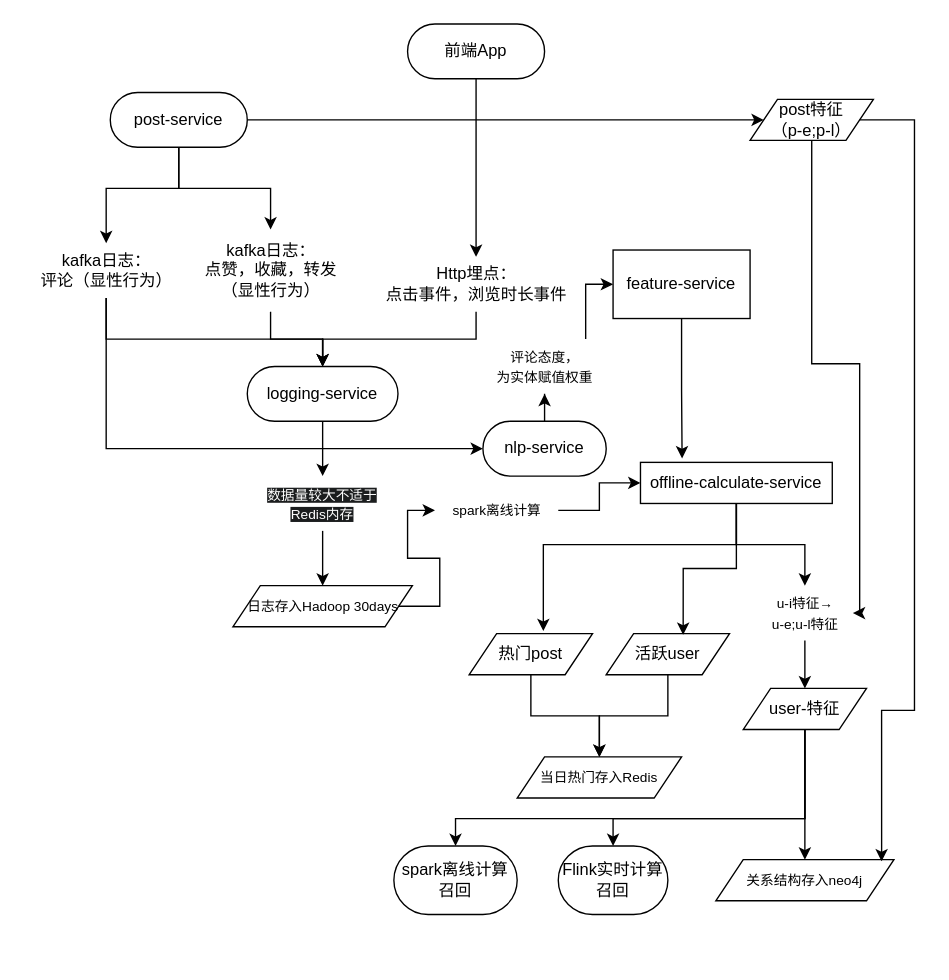
Before: spring-server/business/feature-service/docs/feature-service.drawio in nangong918/SmartMedicine-App, a draw.io diagram. Source tidied: cells renumbered, new cells numbered last; positions are measured from the earlier drawing's top-left corner, leaving out a move shared by most shapes. Both pictures are drawn from the tidied source at 137%, with x=0, y=0 at pixel (23, 23).
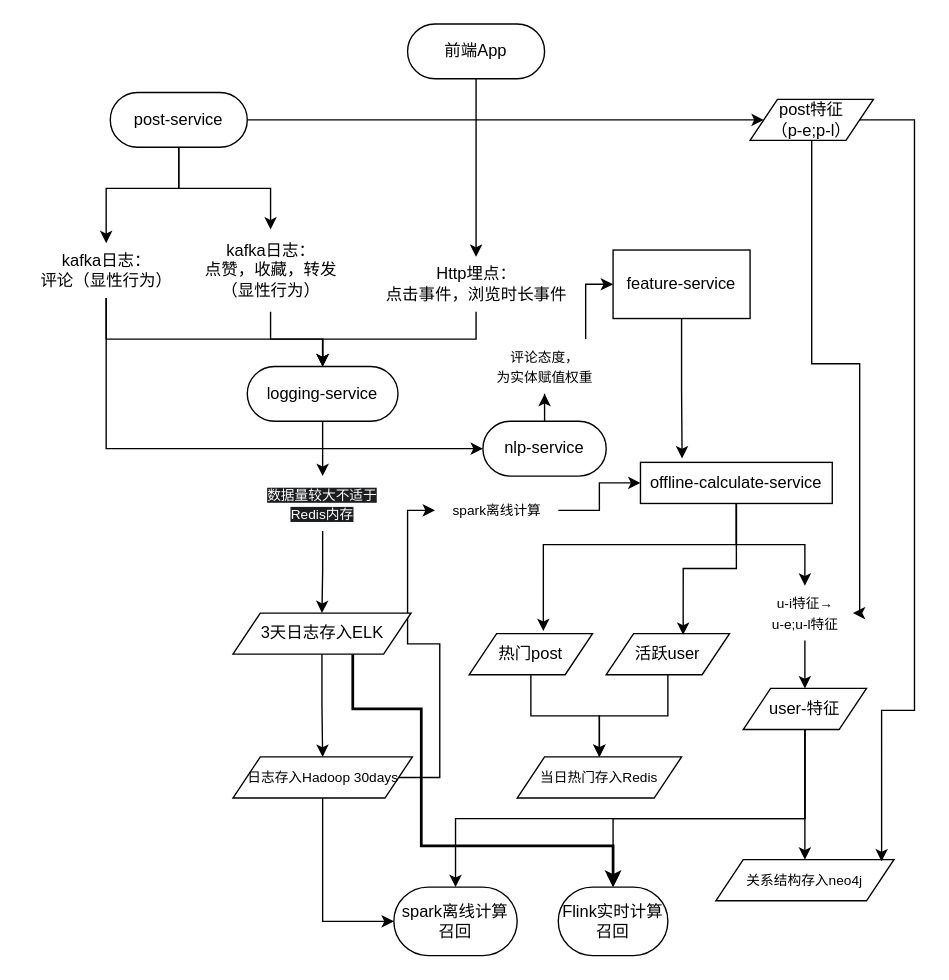
The same page after the edit.

Commit message (it also covers changes not shown here):
feat(feature-service): 更新特征服务架构图和测试点

- 更新特征服务架构图，添加日志存储相关组件和连接
- 在测试点文档中添加日志存储相关测试项

Unchanged cells that the change refers to:
```xml
<mxCell id="34" value="&lt;span style=&quot;color: rgb(255, 255, 255); font-family: Helvetica; font-size: 10px; font-style: normal; font-variant-ligatures: normal; font-variant-caps: normal; font-weight: 400; letter-spacing: normal; orphans: 2; text-indent: 0px; text-transform: none; widows: 2; word-spacing: 0px; -webkit-text-stroke-width: 0px; white-space: normal; background-color: rgb(27, 29, 30); text-decoration-thickness: initial; text-decoration-style: initial; text-decoration-color: initial; float: none; display: inline !important;&quot;&gt;数据量较大不适于&lt;br&gt;Redis内存&lt;/span&gt;" style="text;whiteSpace=wrap;html=1;align=center;" parent="1" vertex="1">
  <mxGeometry x="161" y="330" width="114" height="40" as="geometry" />
</mxCell>
```

Diff of the diagram source:
```diff
@@
+    <mxCell id="50" style="edgeStyle=orthogonalEdgeStyle;rounded=0;jettySize=auto;html=1;entryX=0;entryY=0.5;entryDx=0;entryDy=0;" parent="1" edge="1" source="10" target="48">
+      <mxGeometry relative="1" as="geometry" />
+    </mxCell>
     <mxCell id="10" value="&lt;font style=&quot;font-size: 10px;&quot;&gt;日志存入Hadoop 30days&lt;/font&gt;" style="shape=parallelogram;perimeter=parallelogramPerimeter;whiteSpace=wrap;html=1;fixedSize=1;" parent="1" vertex="1">
-      <mxGeometry x="152.5" y="410" width="131" height="30" as="geometry" />
+      <mxGeometry x="152.5" y="535" width="131" height="30" as="geometry" />
     </mxCell>
-    <mxCell id="11" style="edgeStyle=orthogonalEdgeStyle;rounded=0;jettySize=auto;html=1;" parent="1" edge="1" source="34" target="10">
+    <mxCell id="11" style="edgeStyle=orthogonalEdgeStyle;rounded=0;jettySize=auto;html=1;" parent="1" edge="1" source="53" target="10">
       <mxGeometry relative="1" as="geometry" />
     </mxCell>
@@
     <mxCell id="48" value="spark离线计算召回" style="rounded=1;whiteSpace=wrap;html=1;arcSize=50;" parent="1" vertex="1">
-      <mxGeometry x="270" y="600" width="90" height="50" as="geometry" />
+      <mxGeometry x="270" y="630" width="90" height="50" as="geometry" />
     </mxCell>
     <mxCell id="49" value="Flink实时计算召回" style="rounded=1;whiteSpace=wrap;html=1;arcSize=50;" parent="1" vertex="1">
-      <mxGeometry x="390" y="600" width="80" height="50" as="geometry" />
+      <mxGeometry x="390" y="630" width="80" height="50" as="geometry" />
     </mxCell>
+    <mxCell id="51" style="edgeStyle=orthogonalEdgeStyle;rounded=0;jettySize=auto;html=1;" parent="1" edge="1" source="34" target="53">
+      <mxGeometry relative="1" as="geometry" />
+    </mxCell>
+    <mxCell id="52" style="edgeStyle=orthogonalEdgeStyle;rounded=0;jettySize=auto;html=1;strokeWidth=2;" parent="1" edge="1" source="53" target="49">
+      <mxGeometry relative="1" as="geometry">
+        <Array as="points">
+          <mxPoint x="240" y="500" />
+          <mxPoint x="290" y="500" />
+          <mxPoint x="290" y="600" />
+          <mxPoint x="430" y="600" />
+        </Array>
+      </mxGeometry>
+    </mxCell>
+    <mxCell id="53" value="3天日志存入ELK" style="shape=parallelogram;perimeter=parallelogramPerimeter;whiteSpace=wrap;html=1;fixedSize=1;" parent="1" vertex="1">
+      <mxGeometry x="152.5" y="430" width="130" height="30" as="geometry" />
+    </mxCell>
```
